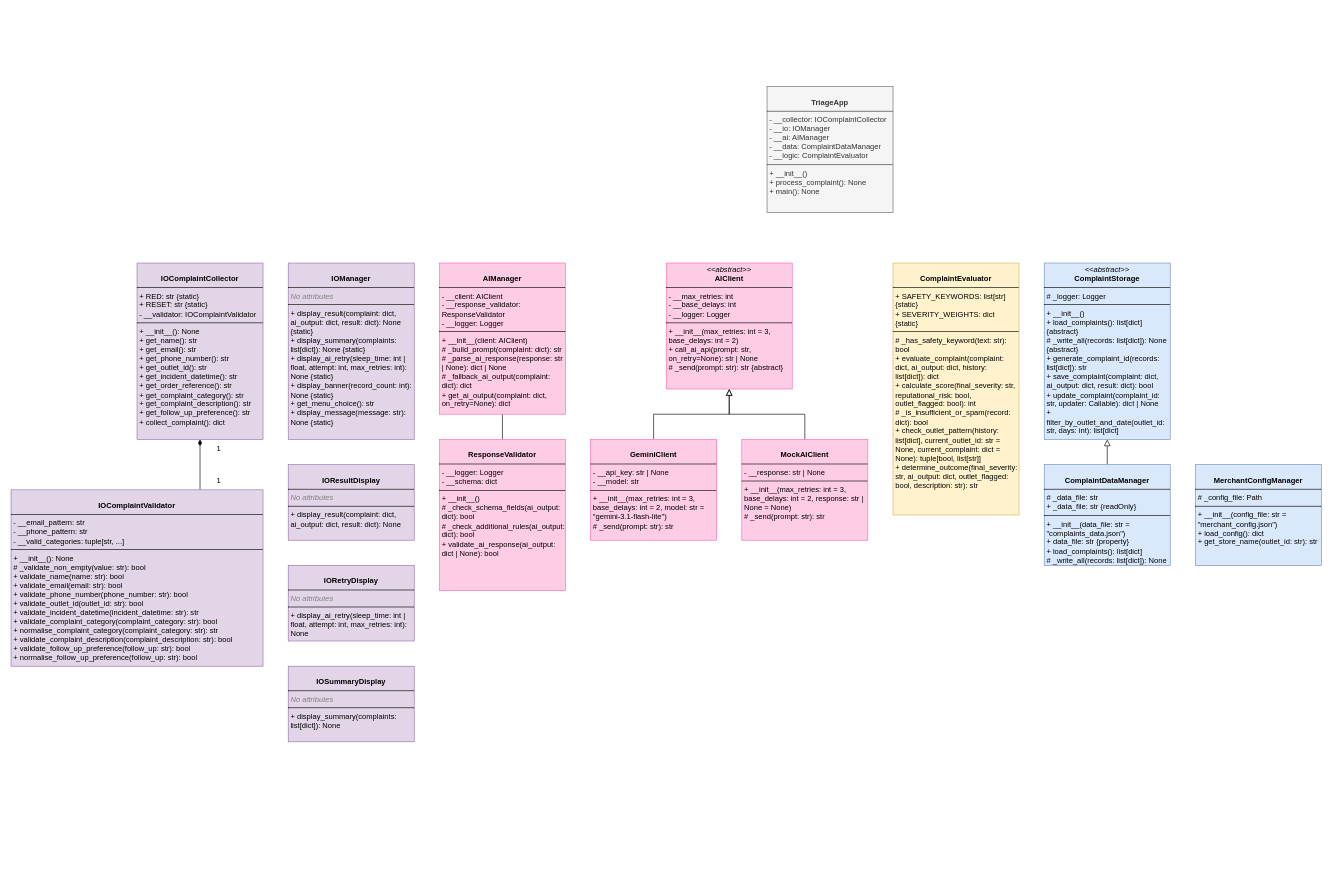
Before: Week 9/INF1103_Project_Part2_UML.drawio in sofiaconnor/inf1103-labs, a draw.io diagram. Source tidied: cells renumbered, new cells numbered last; positions are measured from the earlier drawing's top-left corner, leaving out a move shared by most shapes. Both pictures are drawn from the tidied source at 63%, with x=0, y=0 at pixel (11, 86).
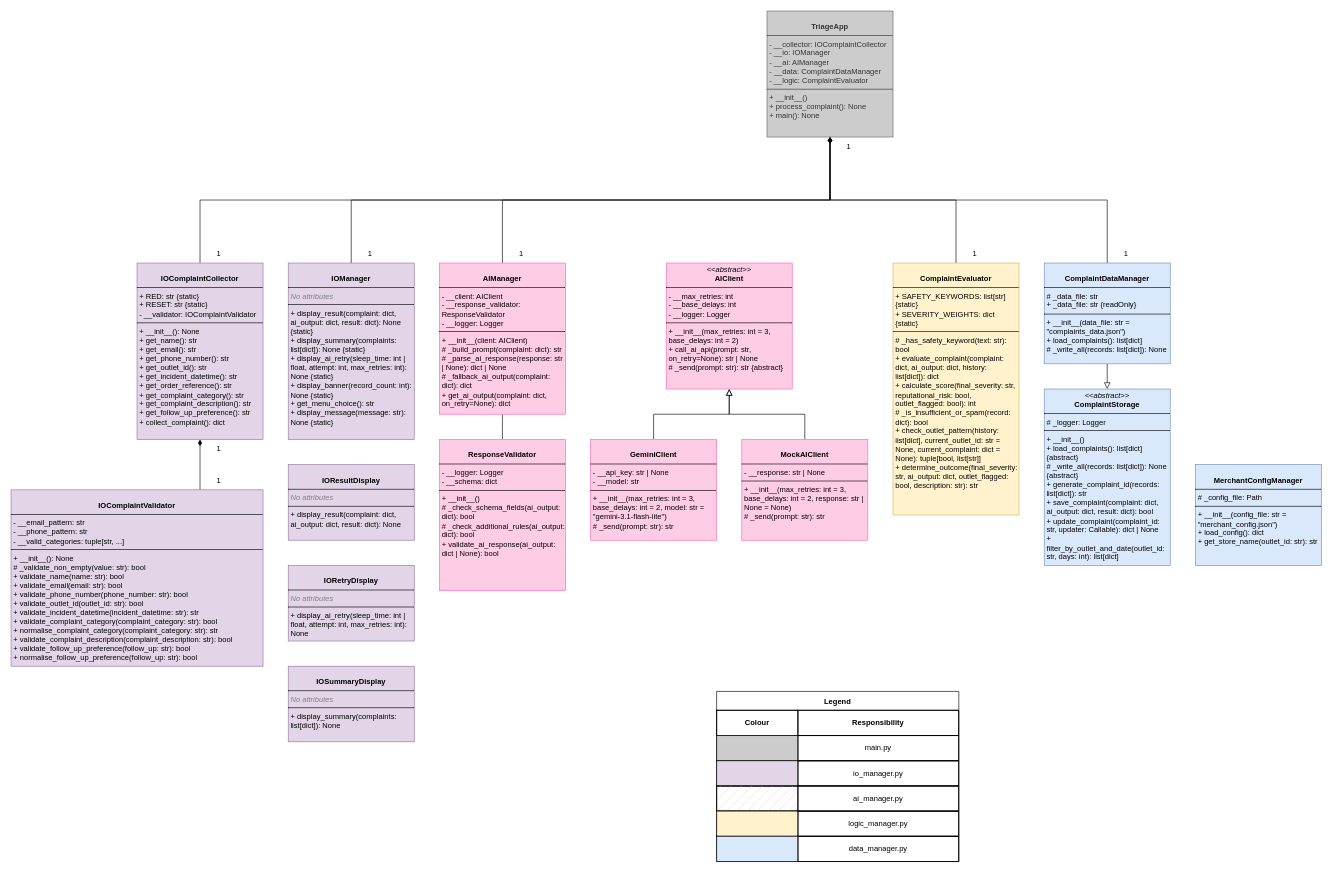
The same page after the edit.

Unchanged cells that the change refers to:
```xml
<mxCell id="4" value="&lt;p style=&quot;margin:0px;margin-top:4px;text-align:center;&quot;&gt;&lt;br&gt;&lt;b&gt;AIManager&lt;/b&gt;&lt;/p&gt;&lt;hr size=&quot;1&quot; style=&quot;border-style:solid;&quot;&gt;&lt;p style=&quot;margin:0px;margin-left:4px;&quot;&gt;- __client: AIClient&lt;br&gt;- __response_validator: ResponseValidator&lt;br&gt;- __logger: Logger&lt;/p&gt;&lt;hr size=&quot;1&quot; style=&quot;border-style:solid;&quot;&gt;&lt;p style=&quot;margin:0px;margin-left:4px;&quot;&gt;+ __init__(client: AIClient)&lt;br&gt;# _build_prompt(complaint: dict): str&lt;br&gt;# _parse_ai_response(response: str | None): dict | None&lt;br&gt;# _fallback_ai_output(complaint: dict): dict&lt;br&gt;+ get_ai_output(complaint: dict, on_retry=None): dict&lt;/p&gt;" style="verticalAlign=top;align=left;overflow=fill;html=1;whiteSpace=wrap;fillColor=#FFCCE6;strokeColor=#FF66B3;" parent="1" vertex="1">
  <mxGeometry x="680" y="280" width="200" height="240" as="geometry" />
</mxCell>
<mxCell id="14" value="&lt;p style=&quot;margin:0px;margin-top:4px;text-align:center;&quot;&gt;&lt;br&gt;&lt;b&gt;IOComplaintCollector&lt;/b&gt;&lt;/p&gt;&lt;hr size=&quot;1&quot; style=&quot;border-style:solid;&quot;&gt;&lt;p style=&quot;margin:0px;margin-left:4px;&quot;&gt;+ RED: str&amp;nbsp;&lt;span style=&quot;background-color: transparent; color: light-dark(#000000, var(--ge-light-color, #ffffff));&quot;&gt;{static}&lt;/span&gt;&lt;/p&gt;&lt;p style=&quot;margin:0px;margin-left:4px;&quot;&gt;+ RESET: str&amp;nbsp;&lt;span style=&quot;background-color: transparent; color: light-dark(#000000, var(--ge-light-color, #ffffff));&quot;&gt;{static}&lt;/span&gt;&lt;/p&gt;&lt;p style=&quot;margin:0px;margin-left:4px;&quot;&gt;- __validator: IOComplaintValidator&lt;/p&gt;&lt;hr size=&quot;1&quot; style=&quot;border-style:solid;&quot;&gt;&lt;p style=&quot;margin:0px;margin-left:4px;&quot;&gt;+ __init__(): None&lt;br&gt;+ get_name(): str&lt;br&gt;+ get_email(): str&lt;br&gt;+ get_phone_number(): str&lt;br&gt;+ get_outlet_id(): str&lt;br&gt;+ get_incident_datetime(): str&lt;br&gt;+ get_order_reference(): str&lt;br&gt;+ get_complaint_category(): str&lt;br&gt;+ get_complaint_description(): str&lt;br&gt;+ get_follow_up_preference(): str&lt;br&gt;+ collect_complaint(): dict&lt;/p&gt;" style="verticalAlign=top;align=left;overflow=fill;html=1;whiteSpace=wrap;fillColor=#e1d5e7;strokeColor=#9673a6;" parent="1" vertex="1">
  <mxGeometry x="200" y="280" width="200" height="280" as="geometry" />
</mxCell>
<mxCell id="17" value="&lt;p style=&quot;margin:0px;margin-top:4px;text-align:center;&quot;&gt;&lt;br&gt;&lt;b&gt;IOManager&lt;/b&gt;&lt;/p&gt;&lt;hr size=&quot;1&quot; style=&quot;border-style:solid;&quot;&gt;&lt;p style=&quot;margin:0px;margin-left:4px;&quot;&gt;&lt;i style=&quot;text-align: center; color: rgb(128, 128, 128);&quot;&gt;No attributes&lt;/i&gt;&lt;/p&gt;&lt;hr size=&quot;1&quot; style=&quot;border-style:solid;&quot;&gt;&lt;p style=&quot;margin:0px;margin-left:4px;&quot;&gt;+ display_result(complaint: dict, ai_output: dict, result: dict): None {static}&lt;br&gt;+ display_summary(complaints: list[dict]): None {static}&lt;br&gt;+ display_ai_retry(sleep_time: int | float, attempt: int, max_retries: int): None {static}&lt;br&gt;+ display_banner(record_count: int): None {static}&lt;br&gt;+ get_menu_choice(): str&lt;br&gt;+ display_message(message: str): None&amp;nbsp;&lt;span style=&quot;background-color: transparent; color: light-dark(#000000, var(--ge-light-color, #ffffff));&quot;&gt;{static}&lt;/span&gt;&lt;/p&gt;" style="verticalAlign=top;align=left;overflow=fill;html=1;whiteSpace=wrap;fillColor=#e1d5e7;strokeColor=#9673a6;" parent="1" vertex="1">
  <mxGeometry x="440" y="280" width="200" height="280" as="geometry" />
</mxCell>
<mxCell id="21" value="&lt;p style=&quot;margin:0px;margin-top:4px;text-align:center;&quot;&gt;&lt;br&gt;&lt;b&gt;ComplaintEvaluator&lt;/b&gt;&lt;/p&gt;&lt;hr size=&quot;1&quot; style=&quot;border-style:solid;&quot;&gt;&lt;p style=&quot;margin:0px;margin-left:4px;&quot;&gt;+ SAFETY_KEYWORDS: list[str] {static}&lt;br&gt;+ SEVERITY_WEIGHTS: dict {static}&lt;/p&gt;&lt;hr size=&quot;1&quot; style=&quot;border-style:solid;&quot;&gt;&lt;p style=&quot;margin:0px;margin-left:4px;&quot;&gt;# _has_safety_keyword(text: str): bool&lt;br&gt;+ evaluate_complaint(complaint: dict, ai_output: dict, history: list[dict]): dict&lt;br&gt;+ calculate_score(final_severity: str, reputational_risk: bool, outlet_flagged: bool): int&lt;br&gt;# _is_insufficient_or_spam(record: dict): bool&lt;br&gt;+ check_outlet_pattern(history: list[dict], current_outlet_id: str = None, current_complaint: dict = None): tuple[bool, list[str]]&lt;br&gt;+ determine_outcome(final_severity: str, ai_output: dict, outlet_flagged: bool, description: str): str&lt;/p&gt;" style="verticalAlign=top;align=left;overflow=fill;html=1;whiteSpace=wrap;fillColor=#fff2cc;strokeColor=#d6b656;" parent="1" vertex="1">
  <mxGeometry x="1400" y="280" width="200" height="400" as="geometry" />
</mxCell>
```

What changed in the source:
```diff
@@
+    <mxCell id="25" style="edgeStyle=orthogonalEdgeStyle;rounded=0;jettySize=auto;html=1;exitX=0.5;exitY=0;exitDx=0;exitDy=0;entryX=0.5;entryY=1;entryDx=0;entryDy=0;fontSize=12;defaultLabelBackgroundColor=page;labelPadding=0 4;startSize=8;endSize=8;endArrow=diamondThin;endFill=1;" parent="1" edge="1" source="4" target="22">
+      <mxGeometry relative="1" as="geometry" />
+    </mxCell>
@@
-    <mxCell id="10" style="edgeStyle=orthogonalEdgeStyle;rounded=0;jettySize=auto;html=1;exitX=0.5;exitY=0;exitDx=0;exitDy=0;fontSize=12;defaultLabelBackgroundColor=page;labelPadding=0 4;startSize=8;endSize=8;endArrow=block;endFill=0;" parent="1" edge="1" source="11" target="12">
-      <mxGeometry x="-0.04" relative="1" as="geometry" />
-    </mxCell>
-    <mxCell id="11" value="&lt;p style=&quot;margin:0px;margin-top:4px;text-align:center;&quot;&gt;&lt;br&gt;&lt;b&gt;ComplaintDataManager&lt;/b&gt;&lt;/p&gt;&lt;hr size=&quot;1&quot; style=&quot;border-style:solid;&quot;&gt;&lt;p style=&quot;margin:0px;margin-left:4px;&quot;&gt;# _data_file: str&amp;nbsp;&lt;/p&gt;&lt;p style=&quot;margin:0px;margin-left:4px;&quot;&gt;&lt;span style=&quot;background-color: transparent; color: light-dark(#000000, var(--ge-light-color, #ffffff));&quot;&gt;+ _data_file: str &lt;/span&gt;&lt;span style=&quot;background-color: transparent; color: light-dark(#000000, var(--ge-light-color, #ffffff));&quot;&gt;{readOnly}&lt;/span&gt;&lt;/p&gt;&lt;hr size=&quot;1&quot; style=&quot;border-style:solid;&quot;&gt;&lt;p style=&quot;margin:0px;margin-left:4px;&quot;&gt;+ __init__(data_file: str = &quot;complaints_data.json&quot;)&lt;br&gt;+ data_file: str {property}&lt;br&gt;+ load_complaints(): list[dict]&lt;br&gt;# _write_all(records: list[dict]): None&lt;/p&gt;" style="verticalAlign=top;align=left;overflow=fill;html=1;whiteSpace=wrap;fillColor=#dae8fc;strokeColor=#6c8ebf;" parent="1" vertex="1">
-      <mxGeometry x="1640" y="600" width="200" height="160" as="geometry" />
-    </mxCell>
-    <mxCell id="12" value="&lt;p style=&quot;margin:0px;margin-top:4px;text-align:center;&quot;&gt;&lt;i&gt;&amp;lt;&amp;lt;abstract&amp;gt;&amp;gt;&lt;/i&gt;&lt;br&gt;&lt;b&gt;ComplaintStorage&lt;/b&gt;&lt;/p&gt;&lt;hr size=&quot;1&quot; style=&quot;border-style:solid;&quot;&gt;&lt;p style=&quot;margin:0px;margin-left:4px;&quot;&gt;# _logger: Logger&lt;/p&gt;&lt;hr size=&quot;1&quot; style=&quot;border-style:solid;&quot;&gt;&lt;p style=&quot;margin:0px;margin-left:4px;&quot;&gt;+ __init__()&lt;br&gt;+ load_complaints(): list[dict] {abstract}&lt;br&gt;# _write_all(records: list[dict]): None {abstract}&lt;br&gt;+ generate_complaint_id(records: list[dict]): str&lt;br&gt;+ save_complaint(complaint: dict, ai_output: dict, result: dict): bool&lt;br&gt;+ update_complaint(complaint_id: str, updater: Callable): dict | None&lt;br&gt;+ filter_by_outlet_and_date(outlet_id: str, days: int): list[dict]&lt;/p&gt;" style="verticalAlign=top;align=left;overflow=fill;html=1;whiteSpace=wrap;fillColor=#dae8fc;strokeColor=#6c8ebf;" parent="1" vertex="1">
-      <mxGeometry x="1640" y="280" width="200" height="280" as="geometry" />
-    </mxCell>
@@
+    <mxCell id="26" style="edgeStyle=orthogonalEdgeStyle;rounded=0;jettySize=auto;html=1;exitX=0.5;exitY=0;exitDx=0;exitDy=0;entryX=0.5;entryY=1;entryDx=0;entryDy=0;fontSize=12;defaultLabelBackgroundColor=page;labelPadding=0 4;startSize=8;endSize=8;endArrow=diamondThin;endFill=1;" parent="1" edge="1" source="14" target="22">
+      <mxGeometry relative="1" as="geometry" />
+    </mxCell>
@@
+    <mxCell id="27" style="edgeStyle=orthogonalEdgeStyle;rounded=0;jettySize=auto;html=1;exitX=0.5;exitY=0;exitDx=0;exitDy=0;entryX=0.5;entryY=1;entryDx=0;entryDy=0;fontSize=12;defaultLabelBackgroundColor=page;labelPadding=0 4;startSize=8;endSize=8;endArrow=diamondThin;endFill=1;" parent="1" edge="1" source="17" target="22">
+      <mxGeometry relative="1" as="geometry" />
+    </mxCell>
@@
+    <mxCell id="28" style="edgeStyle=orthogonalEdgeStyle;rounded=0;jettySize=auto;html=1;exitX=0.5;exitY=0;exitDx=0;exitDy=0;entryX=0.5;entryY=1;entryDx=0;entryDy=0;fontSize=12;defaultLabelBackgroundColor=page;labelPadding=0 4;startSize=8;endSize=8;endArrow=diamondThin;endFill=1;" parent="1" edge="1" source="21" target="22">
+      <mxGeometry relative="1" as="geometry" />
+    </mxCell>
@@
+    <mxCell id="29" style="edgeStyle=orthogonalEdgeStyle;rounded=0;jettySize=auto;html=1;exitX=0.5;exitY=1;exitDx=0;exitDy=0;entryX=0.5;entryY=0;entryDx=0;entryDy=0;fontSize=12;defaultLabelBackgroundColor=page;labelPadding=0 4;startSize=8;endSize=8;startArrow=diamondThin;startFill=1;endArrow=none;endFill=0;" parent="1" edge="1" source="22" target="38">
+      <mxGeometry relative="1" as="geometry" />
+    </mxCell>
-    <mxCell id="22" value="&lt;p style=&quot;margin:0px;margin-top:4px;text-align:center;&quot;&gt;&lt;br&gt;&lt;b&gt;TriageApp&lt;/b&gt;&lt;/p&gt;&lt;hr size=&quot;1&quot; style=&quot;border-style:solid;&quot;&gt;&lt;p style=&quot;margin:0px;margin-left:4px;&quot;&gt;- __collector: IOComplaintCollector&lt;br&gt;- __io: IOManager&lt;br&gt;- __ai: AIManager&lt;br&gt;- __data: ComplaintDataManager&lt;br&gt;- __logic: ComplaintEvaluator&lt;/p&gt;&lt;hr size=&quot;1&quot; style=&quot;border-style:solid;&quot;&gt;&lt;p style=&quot;margin:0px;margin-left:4px;&quot;&gt;+ __init__()&lt;br&gt;+ process_complaint(): None&lt;br&gt;+ main(): None&lt;/p&gt;" style="verticalAlign=top;align=left;overflow=fill;html=1;whiteSpace=wrap;fillColor=#f5f5f5;fontColor=#333333;strokeColor=#666666;" parent="1" vertex="1">
-      <mxGeometry x="1200" width="200" height="200" as="geometry" />
+    <mxCell id="22" value="&lt;p style=&quot;margin:0px;margin-top:4px;text-align:center;&quot;&gt;&lt;br&gt;&lt;b&gt;TriageApp&lt;/b&gt;&lt;/p&gt;&lt;hr size=&quot;1&quot; style=&quot;border-style:solid;&quot;&gt;&lt;p style=&quot;margin:0px;margin-left:4px;&quot;&gt;- __collector: IOComplaintCollector&lt;br&gt;- __io: IOManager&lt;br&gt;- __ai: AIManager&lt;br&gt;- __data: ComplaintDataManager&lt;br&gt;- __logic: ComplaintEvaluator&lt;/p&gt;&lt;hr size=&quot;1&quot; style=&quot;border-style:solid;&quot;&gt;&lt;p style=&quot;margin:0px;margin-left:4px;&quot;&gt;+ __init__()&lt;br&gt;+ process_complaint(): None&lt;br&gt;+ main(): None&lt;/p&gt;" style="verticalAlign=top;align=left;overflow=fill;html=1;whiteSpace=wrap;fillColor=#CCCCCC;fontColor=#333333;strokeColor=#666666;" parent="1" vertex="1">
+      <mxGeometry x="1200" y="-120" width="200" height="200" as="geometry" />
     </mxCell>
@@
+    <mxCell id="30" value="1" style="text;html=1;whiteSpace=wrap;strokeColor=none;fillColor=none;align=center;verticalAlign=middle;rounded=0;" parent="1" vertex="1">
+      <mxGeometry x="300" y="250" width="60" height="30" as="geometry" />
+    </mxCell>
+    <mxCell id="31" value="1" style="text;html=1;whiteSpace=wrap;strokeColor=none;fillColor=none;align=center;verticalAlign=middle;rounded=0;" parent="1" vertex="1">
+      <mxGeometry x="540" y="250" width="60" height="30" as="geometry" />
+    </mxCell>
+    <mxCell id="32" value="1" style="text;html=1;whiteSpace=wrap;strokeColor=none;fillColor=none;align=center;verticalAlign=middle;rounded=0;" parent="1" vertex="1">
+      <mxGeometry x="780" y="250" width="60" height="30" as="geometry" />
+    </mxCell>
+    <mxCell id="33" value="1" style="text;html=1;whiteSpace=wrap;strokeColor=none;fillColor=none;align=center;verticalAlign=middle;rounded=0;" parent="1" vertex="1">
+      <mxGeometry x="1500" y="250" width="60" height="30" as="geometry" />
+    </mxCell>
+    <mxCell id="34" value="1" style="text;html=1;whiteSpace=wrap;strokeColor=none;fillColor=none;align=center;verticalAlign=middle;rounded=0;" parent="1" vertex="1">
+      <mxGeometry x="1740" y="250" width="60" height="30" as="geometry" />
+    </mxCell>
+    <mxCell id="35" value="1" style="text;html=1;whiteSpace=wrap;strokeColor=none;fillColor=none;align=center;verticalAlign=middle;rounded=0;" parent="1" vertex="1">
+      <mxGeometry x="1300" y="80" width="60" height="30" as="geometry" />
+    </mxCell>
+    <mxCell id="12" value="&lt;p style=&quot;margin:0px;margin-top:4px;text-align:center;&quot;&gt;&lt;i&gt;&amp;lt;&amp;lt;abstract&amp;gt;&amp;gt;&lt;/i&gt;&lt;br&gt;&lt;b&gt;ComplaintStorage&lt;/b&gt;&lt;/p&gt;&lt;hr size=&quot;1&quot; style=&quot;border-style:solid;&quot;&gt;&lt;p style=&quot;margin:0px;margin-left:4px;&quot;&gt;# _logger: Logger&lt;/p&gt;&lt;hr size=&quot;1&quot; style=&quot;border-style:solid;&quot;&gt;&lt;p style=&quot;margin:0px;margin-left:4px;&quot;&gt;+ __init__()&lt;br&gt;+ load_complaints(): list[dict] {abstract}&lt;br&gt;# _write_all(records: list[dict]): None {abstract}&lt;br&gt;+ generate_complaint_id(records: list[dict]): str&lt;br&gt;+ save_complaint(complaint: dict, ai_output: dict, result: dict): bool&lt;br&gt;+ update_complaint(complaint_id: str, updater: Callable): dict | None&lt;br&gt;+ filter_by_outlet_and_date(outlet_id: str, days: int): list[dict]&lt;/p&gt;" style="verticalAlign=top;align=left;overflow=fill;html=1;whiteSpace=wrap;fillColor=#dae8fc;strokeColor=#6c8ebf;" parent="1" vertex="1">
+      <mxGeometry x="1640" y="480" width="200" height="280" as="geometry" />
+    </mxCell>
+    <mxCell id="36" style="edgeStyle=orthogonalEdgeStyle;rounded=0;jettySize=auto;html=1;exitX=0.5;exitY=0;exitDx=0;exitDy=0;entryX=0;entryY=0;entryDx=0;entryDy=0;fontSize=12;defaultLabelBackgroundColor=page;labelPadding=0 4;startSize=8;endSize=8;strokeColor=none;" parent="1" edge="1" source="38" target="35">
+      <mxGeometry relative="1" as="geometry" />
+    </mxCell>
+    <mxCell id="37" style="edgeStyle=none;curved=1;rounded=0;curveGeometry=1;jettySize=auto;html=1;exitX=0.5;exitY=1;exitDx=0;exitDy=0;entryX=0.5;entryY=0;entryDx=0;entryDy=0;fontSize=12;defaultLabelBackgroundColor=page;labelPadding=0 4;startSize=8;endSize=8;endArrow=block;endFill=0;" parent="1" edge="1" source="38" target="12">
+      <mxGeometry relative="1" as="geometry" />
+    </mxCell>
+    <mxCell id="38" value="&lt;p style=&quot;margin:0px;margin-top:4px;text-align:center;&quot;&gt;&lt;br&gt;&lt;b&gt;ComplaintDataManager&lt;/b&gt;&lt;/p&gt;&lt;hr size=&quot;1&quot; style=&quot;border-style:solid;&quot;&gt;&lt;p style=&quot;margin:0px;margin-left:4px;&quot;&gt;# _data_file: str&amp;nbsp;&lt;/p&gt;&lt;p style=&quot;margin:0px;margin-left:4px;&quot;&gt;&lt;span style=&quot;background-color: transparent; color: light-dark(#000000, var(--ge-light-color, #ffffff));&quot;&gt;+ _data_file: str &lt;/span&gt;&lt;span style=&quot;background-color: transparent; color: light-dark(#000000, var(--ge-light-color, #ffffff));&quot;&gt;{readOnly}&lt;/span&gt;&lt;/p&gt;&lt;hr size=&quot;1&quot; style=&quot;border-style:solid;&quot;&gt;&lt;p style=&quot;margin:0px;margin-left:4px;&quot;&gt;+ __init__(data_file: str = &quot;complaints_data.json&quot;)&lt;br&gt;+ load_complaints(): list[dict]&lt;br&gt;# _write_all(records: list[dict]): None&lt;/p&gt;" style="verticalAlign=top;align=left;overflow=fill;html=1;whiteSpace=wrap;fillColor=#dae8fc;strokeColor=#6c8ebf;" parent="1" vertex="1">
+      <mxGeometry x="1640" y="280" width="200" height="160" as="geometry" />
+    </mxCell>
+    <mxCell id="39" value="Legend" style="shape=table;startSize=30;childLayout=tableLayout;fixedHeader=1;tableRender=collapsed;fontStyle=1;labelBackgroundColor=#FFFFFF;fontColor=default;labelBorderColor=none;strokeColor=#000000;" parent="1" vertex="1">
+      <mxGeometry x="1120" y="960" width="384.4" height="270" as="geometry" />
+    </mxCell>
+    <mxCell id="40" style="shape=tableRow;horizontal=0;startSize=0;swimlaneHead=0;swimlaneBody=0;strokeColor=#000000;fillColor=none;fixedHeader=1;" parent="39" vertex="1">
+      <mxGeometry y="30" width="384.4" height="40" as="geometry" />
+    </mxCell>
+    <mxCell id="41" value="&lt;b&gt;Colour&lt;/b&gt;" style="shape=partialRectangle;html=1;whiteSpace=wrap;strokeColor=#000000;overflow=hidden;fillColor=none;" parent="40" vertex="1">
+      <mxGeometry width="129" height="40" as="geometry" />
+    </mxCell>
+    <mxCell id="42" value="&lt;b&gt;Responsibility&lt;/b&gt;" style="shape=partialRectangle;html=1;whiteSpace=wrap;strokeColor=#000000;overflow=hidden;fillColor=none;" parent="40" vertex="1">
+      <mxGeometry x="129" width="255" height="40" as="geometry" />
+    </mxCell>
+    <mxCell id="43" style="shape=tableRow;horizontal=0;startSize=0;swimlaneHead=0;swimlaneBody=0;strokeColor=#000000;fillColor=none;fixedHeader=1;" parent="39" vertex="1">
+      <mxGeometry y="70" width="384.4" height="40" as="geometry" />
+    </mxCell>
+    <mxCell id="44" style="shape=partialRectangle;html=1;whiteSpace=wrap;strokeColor=#000000;overflow=hidden;fillColor=#CCCCCC;fillStyle=solid;fontColor=#333333;" parent="43" vertex="1">
+      <mxGeometry width="129" height="40" as="geometry" />
+    </mxCell>
+    <mxCell id="45" value="main.py" style="shape=partialRectangle;html=1;whiteSpace=wrap;strokeColor=#000000;overflow=hidden;fillColor=none;" parent="43" vertex="1">
+      <mxGeometry x="129" width="255" height="40" as="geometry" />
+    </mxCell>
+    <mxCell id="46" style="shape=tableRow;horizontal=0;startSize=0;swimlaneHead=0;swimlaneBody=0;strokeColor=#000000;fillColor=none;fixedHeader=1;" parent="39" vertex="1">
+      <mxGeometry y="110" width="384.4" height="40" as="geometry" />
+    </mxCell>
+    <mxCell id="47" style="shape=partialRectangle;html=1;whiteSpace=wrap;strokeColor=#000000;overflow=hidden;fillColor=#e1d5e7;fillStyle=auto;" parent="46" vertex="1">
+      <mxGeometry width="129" height="40" as="geometry" />
+    </mxCell>
+    <mxCell id="48" value="io_manager.py" style="shape=partialRectangle;html=1;whiteSpace=wrap;strokeColor=#000000;overflow=hidden;fillColor=none;" parent="46" vertex="1">
+      <mxGeometry x="129" width="255" height="40" as="geometry" />
+    </mxCell>
+    <mxCell id="49" style="shape=tableRow;horizontal=0;startSize=0;swimlaneHead=0;swimlaneBody=0;strokeColor=#000000;fillColor=none;fixedHeader=1;" parent="39" vertex="1">
+      <mxGeometry y="150" width="384.4" height="40" as="geometry" />
+    </mxCell>
+    <mxCell id="50" style="shape=partialRectangle;html=1;whiteSpace=wrap;strokeColor=#000000;overflow=hidden;fillColor=#FFCCE6;fillStyle=hatch;gradientColor=none;" parent="49" vertex="1">
+      <mxGeometry width="129" height="40" as="geometry" />
+    </mxCell>
+    <mxCell id="51" value="ai_manager.py" style="shape=partialRectangle;html=1;whiteSpace=wrap;strokeColor=#000000;overflow=hidden;fillColor=none;" parent="49" vertex="1">
+      <mxGeometry x="129" width="255" height="40" as="geometry" />
+    </mxCell>
+    <mxCell id="52" style="shape=tableRow;horizontal=0;startSize=0;swimlaneHead=0;swimlaneBody=0;strokeColor=#000000;fillColor=none;fixedHeader=1;" parent="39" vertex="1">
+      <mxGeometry y="190" width="384.4" height="40" as="geometry" />
+    </mxCell>
+    <mxCell id="53" style="shape=partialRectangle;html=1;whiteSpace=wrap;strokeColor=#000000;overflow=hidden;fillColor=#fff2cc;fillStyle=solid;" parent="52" vertex="1">
+      <mxGeometry width="129" height="40" as="geometry" />
+    </mxCell>
+    <mxCell id="54" value="logic_manager.py" style="shape=partialRectangle;html=1;whiteSpace=wrap;strokeColor=#000000;overflow=hidden;fillColor=none;" parent="52" vertex="1">
+      <mxGeometry x="129" width="255" height="40" as="geometry" />
+    </mxCell>
+    <mxCell id="55" style="shape=tableRow;horizontal=0;startSize=0;swimlaneHead=0;swimlaneBody=0;strokeColor=#000000;fillColor=none;fixedHeader=1;" parent="39" vertex="1">
+      <mxGeometry y="230" width="384.4" height="40" as="geometry" />
+    </mxCell>
+    <mxCell id="56" style="shape=partialRectangle;html=1;whiteSpace=wrap;strokeColor=#000000;overflow=hidden;fillColor=#dae8fc;fillStyle=solid;" parent="55" vertex="1">
+      <mxGeometry width="129" height="40" as="geometry" />
+    </mxCell>
+    <mxCell id="57" value="data_manager.py" style="shape=partialRectangle;html=1;whiteSpace=wrap;strokeColor=#000000;overflow=hidden;fillColor=none;" parent="55" vertex="1">
+      <mxGeometry x="129" width="255" height="40" as="geometry" />
+    </mxCell>
```
